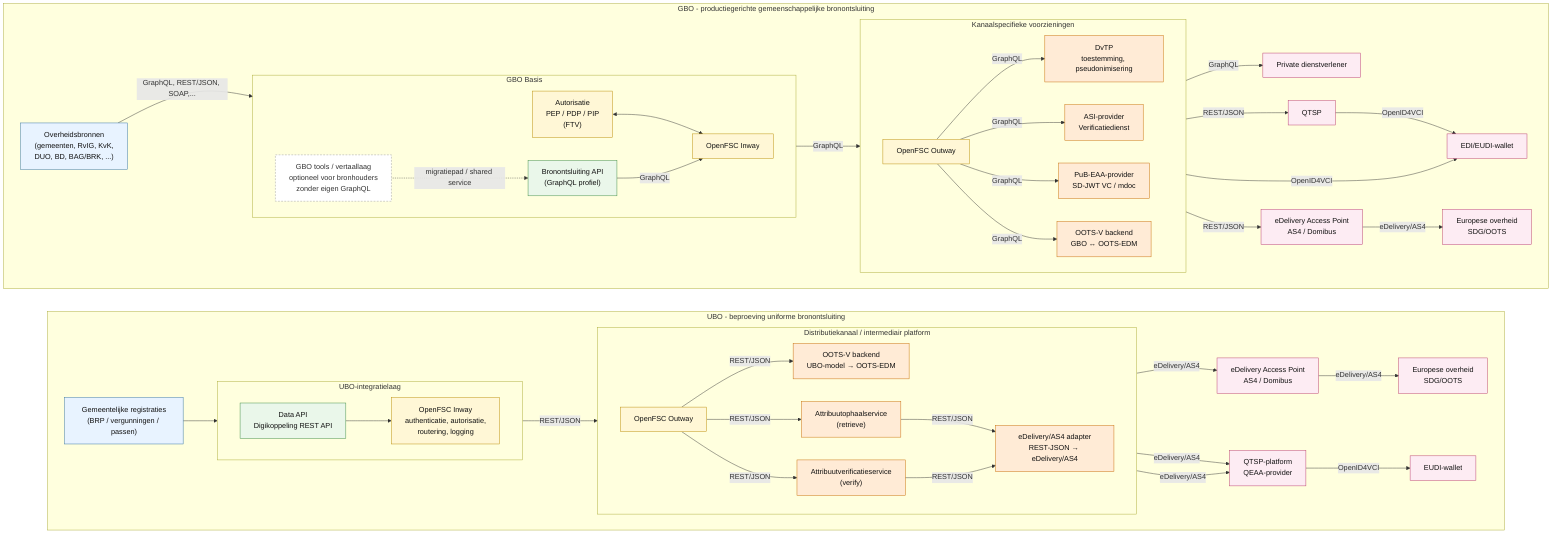
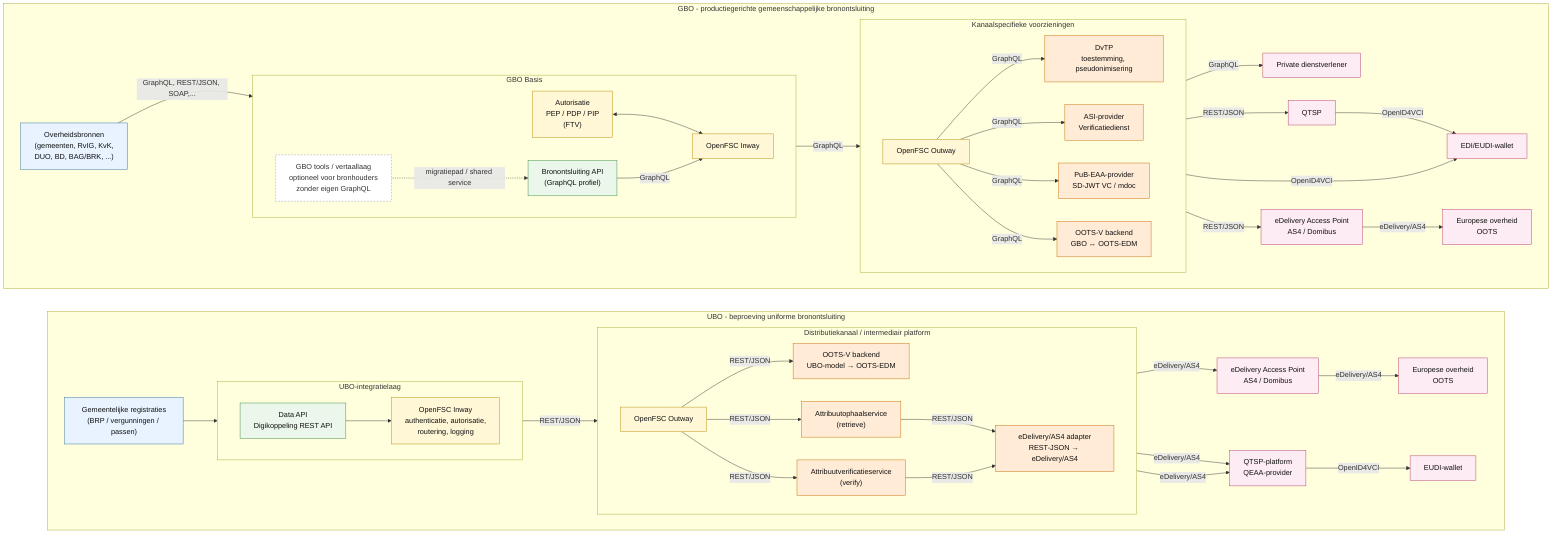
flowchart LR
    %% Vergelijking UBO en GBO

    classDef bron fill:#E8F3FF,stroke:#2F6FA3,stroke-width:1px,color:#111
    classDef api fill:#EAF7EA,stroke:#3B8A3E,stroke-width:1px,color:#111
    classDef auth fill:#FFF7D6,stroke:#B88A00,stroke-width:1px,color:#111
    classDef adapter fill:#FFEBD6,stroke:#C76A00,stroke-width:1px,color:#111
    classDef afnemer fill:#FDECF3,stroke:#B83A6B,stroke-width:1px,color:#111
    classDef optional fill:#FFFFFF,stroke:#999,stroke-dasharray:4 3,color:#333

    subgraph UBO["UBO - beproeving uniforme bronontsluiting"]
        direction LR

        U_BRON["Gemeentelijke registraties<br/>(BRP / vergunningen / passen)"]:::bron

        subgraph U_INT["UBO-integratielaag"]
            direction LR
            U_DATA["Data API<br/>Digikoppeling REST API"]:::api
            U_INWAY["OpenFSC Inway<br/>authenticatie, autorisatie,<br/>routering, logging"]:::auth
        end

        subgraph U_DIST["Distributiekanaal / intermediair platform"]
            direction LR
            U_OUTWAY["OpenFSC Outway"]:::auth
            U_RETRIEVE["Attribuutophaalservice<br/>(retrieve)"]:::adapter
            U_VERIF["Attribuutverificatieservice<br/>(verify)"]:::adapter
            U_AS4["eDelivery/AS4 adapter<br/>REST-JSON → eDelivery/AS4"]:::adapter
            U_OOTSV["OOTS-V backend<br/>UBO-model → OOTS-EDM"]:::adapter
        end

        U_QTSP["QTSP-platform<br/>QEAA-provider"]:::afnemer
        U_WALLET["EUDI-wallet"]:::afnemer
        U_EDLV["eDelivery Access Point<br/>AS4 / Domibus"]:::afnemer
-         U_OOTS["Europese overheid<br/>SDG/OOTS"]:::afnemer
+         U_OOTS["Europese overheid<br/>OOTS"]:::afnemer

        U_BRON --> U_DATA --> U_INWAY
        U_INWAY -->|"REST/JSON"| U_OUTWAY

        U_OUTWAY --> |"REST/JSON"| U_OOTSV -->|"eDelivery/AS4"| U_EDLV -->|"eDelivery/AS4"| U_OOTS
        U_AS4 ~~~ U_EDLV
        U_OUTWAY --> |"REST/JSON"| U_RETRIEVE -->|"REST/JSON"| U_AS4 -->|"eDelivery/AS4"| U_QTSP
        U_OUTWAY --> |"REST/JSON"| U_VERIF -->|"REST/JSON"| U_AS4 -->|"eDelivery/AS4"| U_QTSP
        U_QTSP -->|"OpenID4VCI"| U_WALLET
    end

    subgraph GBO["GBO - productiegerichte gemeenschappelijke bronontsluiting"]
        direction LR

        G_BRON["Overheidsbronnen<br/>(gemeenten, RvIG, KvK,<br/>DUO, BD, BAG/BRK, ...)"]:::bron

        subgraph G_BASIS["GBO Basis"]
            direction LR
            G_TRANS["GBO tools / vertaallaag<br/>optioneel voor bronhouders<br/>zonder eigen GraphQL"]:::optional
            G_API["Bronontsluiting API<br/>(GraphQL profiel)"]:::api
            G_AUTH["Autorisatie<br/>PEP / PDP / PIP<br/>(FTV)"]:::auth
            G_FSC["OpenFSC Inway"]:::auth
        end

        subgraph G_WP["Kanaalspecifieke voorzieningen"]
            direction LR
            G_OUTWAY["OpenFSC Outway"]:::auth
            G_OOTS_AD["OOTS-V backend<br/>GBO ↔ OOTS-EDM"]:::adapter
            G_PUBEAA["PuB-EAA-provider<br/>SD-JWT VC / mdoc"]:::adapter
            G_ASI["ASI-provider<br/>Verificatiedienst"]:::adapter
            G_DVTP["DvTP<br/>toestemming, pseudonimisering"]:::adapter
        end

        G_WALLET["EDI/EUDI-wallet"]:::afnemer
        G_QTSP["QTSP"]:::afnemer
        G_OOTS_BI["eDelivery Access Point<br/>AS4 / Domibus"]:::afnemer
-         G_OOTS["Europese overheid<br/>SDG/OOTS"]:::afnemer
+         G_OOTS["Europese overheid<br/>OOTS"]:::afnemer
        G_PRIV["Private dienstverlener"]:::afnemer

        G_TRANS -. "migratiepad / shared service" .-> G_API
        G_BRON -->|"GraphQL, REST/JSON, SOAP,..."| G_API
        G_BRON ~~~ G_TRANS
        G_AUTH <--> G_FSC
        G_API -->|"GraphQL"| G_FSC

        G_FSC -->|"GraphQL"| G_OUTWAY

        G_OUTWAY -->|"GraphQL"| G_DVTP -->|"GraphQL"| G_PRIV
        G_OUTWAY -->|"GraphQL"| G_ASI -->|"REST/JSON"| G_QTSP -->|"OpenID4VCI"| G_WALLET
        G_OUTWAY -->|"GraphQL"| G_PUBEAA -->|"OpenID4VCI"| G_WALLET
        G_OUTWAY -->|"GraphQL"| G_OOTS_AD -->|"REST/JSON"| G_OOTS_BI -->|"eDelivery/AS4"| G_OOTS
    end
